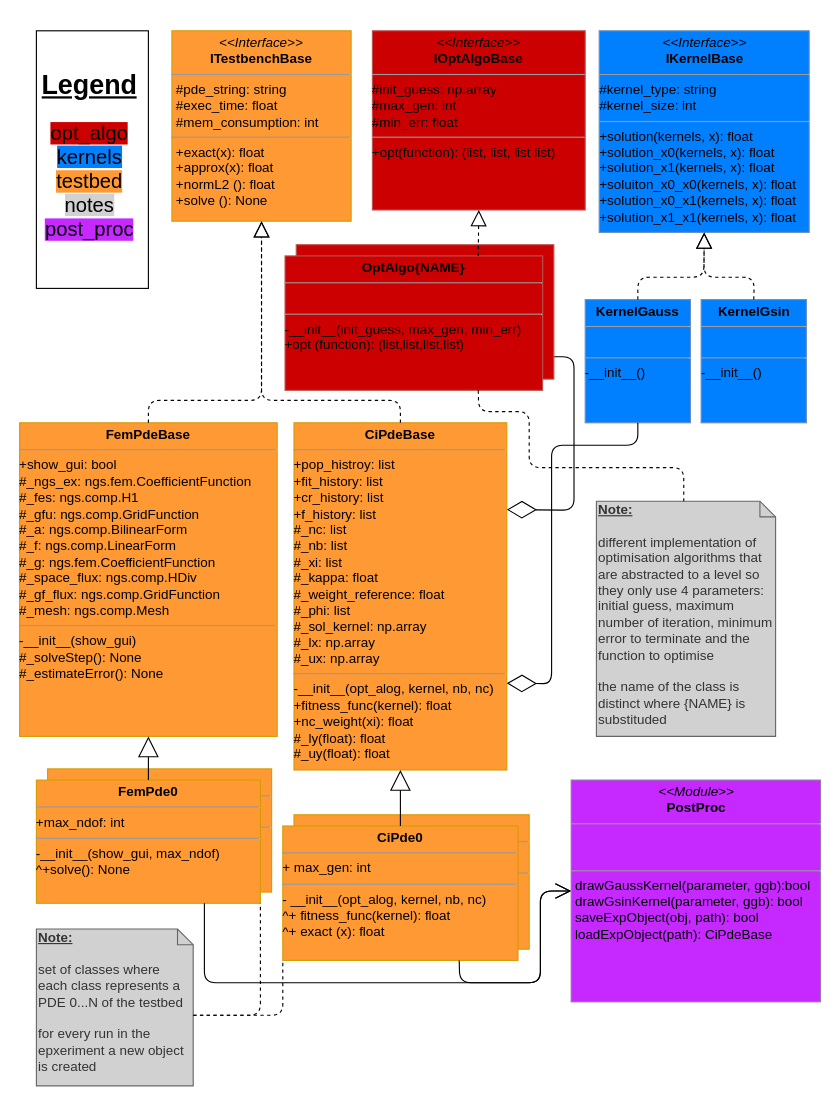
Above: code/uml_diag/testbench_uml_class.drawio in nicolai-schwartze/Masterthesis (draw.io), before the change. Source tidied: cells renumbered, new cells numbered last; positions are measured from the earlier drawing's top-left corner, leaving out a move shared by most shapes. Both pictures are drawn from the tidied source at 112%, with x=0, y=0 at pixel (19, 30).
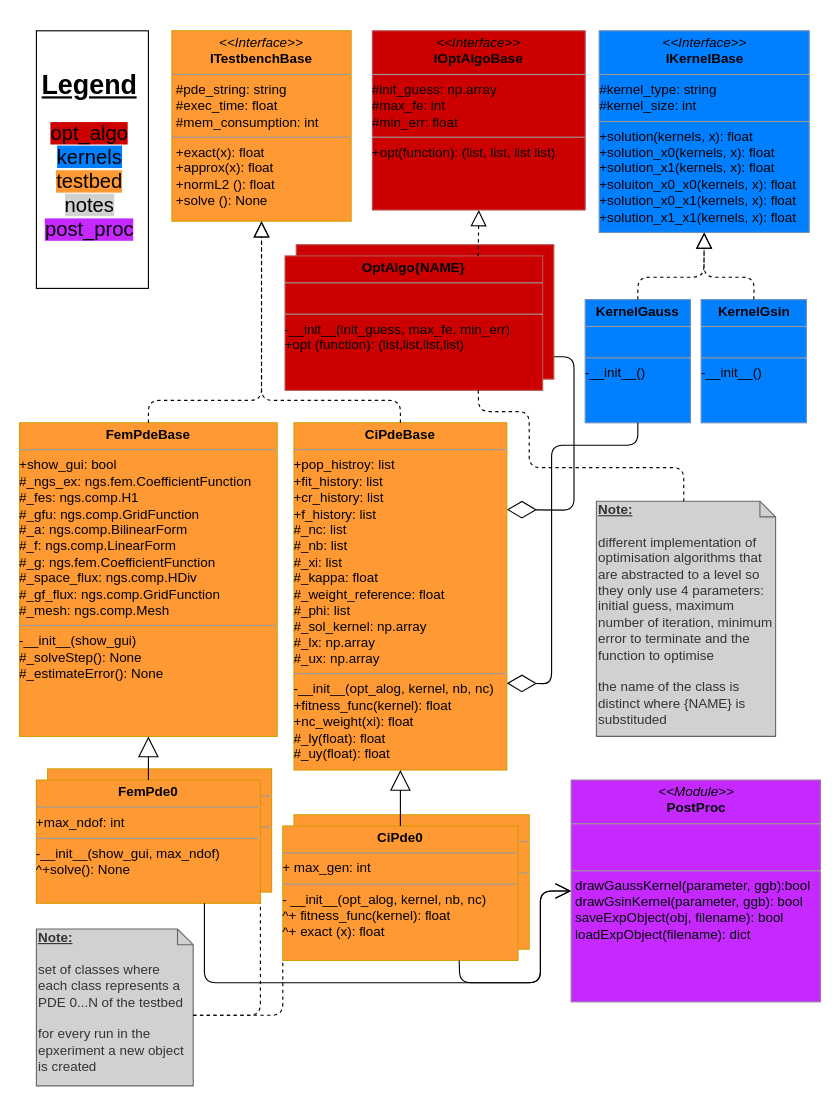
The same diagram, later.

Change to the diagram source:
```diff
@@
-    <mxCell id="18" value="&lt;p style=&quot;margin: 0px ; margin-top: 4px ; text-align: center&quot;&gt;&lt;i&gt;&amp;lt;&amp;lt;Interface&amp;gt;&amp;gt;&lt;/i&gt;&lt;br&gt;&lt;b&gt;IOptAlgoBase&lt;/b&gt;&lt;/p&gt;&lt;hr size=&quot;1&quot;&gt;&lt;div&gt;#init_guess: np.array&lt;/div&gt;&lt;div&gt;#max_gen: int&lt;br&gt;&lt;/div&gt;&lt;div&gt;#min_err: float&lt;br&gt;&lt;/div&gt;&lt;hr size=&quot;1&quot;&gt;+opt(function): (list, list, list list)" style="verticalAlign=top;align=left;overflow=fill;fontSize=12;fontFamily=Helvetica;html=1;rounded=0;shadow=0;comic=0;labelBackgroundColor=none;strokeWidth=1;fillColor=#CC0000;strokeColor=#b85450;" parent="1" vertex="1">
+    <mxCell id="18" value="&lt;p style=&quot;margin: 0px ; margin-top: 4px ; text-align: center&quot;&gt;&lt;i&gt;&amp;lt;&amp;lt;Interface&amp;gt;&amp;gt;&lt;/i&gt;&lt;br&gt;&lt;b&gt;IOptAlgoBase&lt;/b&gt;&lt;/p&gt;&lt;hr size=&quot;1&quot;&gt;&lt;div&gt;#init_guess: np.array&lt;/div&gt;&lt;div&gt;#max_fe: int&lt;br&gt;&lt;/div&gt;&lt;div&gt;#min_err: float&lt;br&gt;&lt;/div&gt;&lt;hr size=&quot;1&quot;&gt;+opt(function): (list, list, list list)" style="verticalAlign=top;align=left;overflow=fill;fontSize=12;fontFamily=Helvetica;html=1;rounded=0;shadow=0;comic=0;labelBackgroundColor=none;strokeWidth=1;fillColor=#CC0000;strokeColor=#b85450;" parent="1" vertex="1">
       <mxGeometry x="315" width="190" height="160" as="geometry" />
     </mxCell>
@@
-    <mxCell id="21" value="&lt;p style=&quot;margin: 0px ; margin-top: 4px ; text-align: center&quot;&gt;&lt;b&gt;OptAlgo{NAME}&lt;/b&gt;&lt;br&gt;&lt;/p&gt;&lt;hr size=&quot;1&quot;&gt;&lt;div&gt;&lt;br&gt;&lt;/div&gt;&lt;hr size=&quot;1&quot;&gt;&lt;div&gt;-__init__(init_guess, max_gen, min_err)&lt;/div&gt;&lt;div&gt;+opt (function): (list,list,list,list)&lt;/div&gt;&lt;p style=&quot;margin: 0px ; margin-left: 4px&quot;&gt;&lt;br&gt;&lt;/p&gt;" style="verticalAlign=top;align=left;overflow=fill;fontSize=12;fontFamily=Helvetica;html=1;fillColor=#CC0000;strokeColor=#b85450;" parent="1" vertex="1">
+    <mxCell id="21" value="&lt;p style=&quot;margin: 0px ; margin-top: 4px ; text-align: center&quot;&gt;&lt;b&gt;OptAlgo{NAME}&lt;/b&gt;&lt;br&gt;&lt;/p&gt;&lt;hr size=&quot;1&quot;&gt;&lt;div&gt;&lt;br&gt;&lt;/div&gt;&lt;hr size=&quot;1&quot;&gt;&lt;div&gt;-__init__(init_guess, max_fe, min_err)&lt;/div&gt;&lt;div&gt;+opt (function): (list,list,list,list)&lt;/div&gt;&lt;p style=&quot;margin: 0px ; margin-left: 4px&quot;&gt;&lt;br&gt;&lt;/p&gt;" style="verticalAlign=top;align=left;overflow=fill;fontSize=12;fontFamily=Helvetica;html=1;fillColor=#CC0000;strokeColor=#b85450;" parent="1" vertex="1">
       <mxGeometry x="237" y="201" width="230" height="120" as="geometry" />
     </mxCell>
@@
-    <mxCell id="29" value="&lt;p style=&quot;margin: 0px ; margin-top: 4px ; text-align: center&quot;&gt;&lt;i&gt;&amp;lt;&amp;lt;Module&amp;gt;&amp;gt;&lt;/i&gt;&lt;br&gt;&lt;b&gt;PostProc&lt;/b&gt;&lt;/p&gt;&lt;hr size=&quot;1&quot;&gt;&lt;p style=&quot;margin: 0px ; margin-left: 4px&quot;&gt;&lt;br&gt;&lt;/p&gt;&lt;p style=&quot;margin: 0px ; margin-left: 4px&quot;&gt;&lt;br&gt;&lt;/p&gt;&lt;hr size=&quot;1&quot;&gt;&lt;div&gt;&amp;nbsp;drawGaussKernel(parameter, ggb):bool&lt;/div&gt;&lt;div&gt;&amp;nbsp;drawGsinKernel(parameter, ggb): bool&lt;/div&gt;&lt;div&gt;&amp;nbsp;saveExpObject(obj, path): bool&lt;/div&gt;&lt;div&gt;&amp;nbsp;loadExpObject(path): CiPdeBase&lt;br&gt;&lt;/div&gt;" style="verticalAlign=top;align=left;overflow=fill;fontSize=12;fontFamily=Helvetica;html=1;fillColor=#C629FF;strokeColor=#9673a6;" parent="1" vertex="1">
+    <mxCell id="29" value="&lt;p style=&quot;margin: 0px ; margin-top: 4px ; text-align: center&quot;&gt;&lt;i&gt;&amp;lt;&amp;lt;Module&amp;gt;&amp;gt;&lt;/i&gt;&lt;br&gt;&lt;b&gt;PostProc&lt;/b&gt;&lt;/p&gt;&lt;hr size=&quot;1&quot;&gt;&lt;p style=&quot;margin: 0px ; margin-left: 4px&quot;&gt;&lt;br&gt;&lt;/p&gt;&lt;p style=&quot;margin: 0px ; margin-left: 4px&quot;&gt;&lt;br&gt;&lt;/p&gt;&lt;hr size=&quot;1&quot;&gt;&lt;div&gt;&amp;nbsp;drawGaussKernel(parameter, ggb):bool&lt;/div&gt;&lt;div&gt;&amp;nbsp;drawGsinKernel(parameter, ggb): bool&lt;/div&gt;&lt;div&gt;&amp;nbsp;saveExpObject(obj, filename): bool&lt;/div&gt;&lt;div&gt;&amp;nbsp;loadExpObject(filename): dict&lt;br&gt;&lt;/div&gt;" style="verticalAlign=top;align=left;overflow=fill;fontSize=12;fontFamily=Helvetica;html=1;fillColor=#C629FF;strokeColor=#9673a6;" parent="1" vertex="1">
       <mxGeometry x="492.5" y="669" width="222.5" height="198" as="geometry" />
     </mxCell>
```
